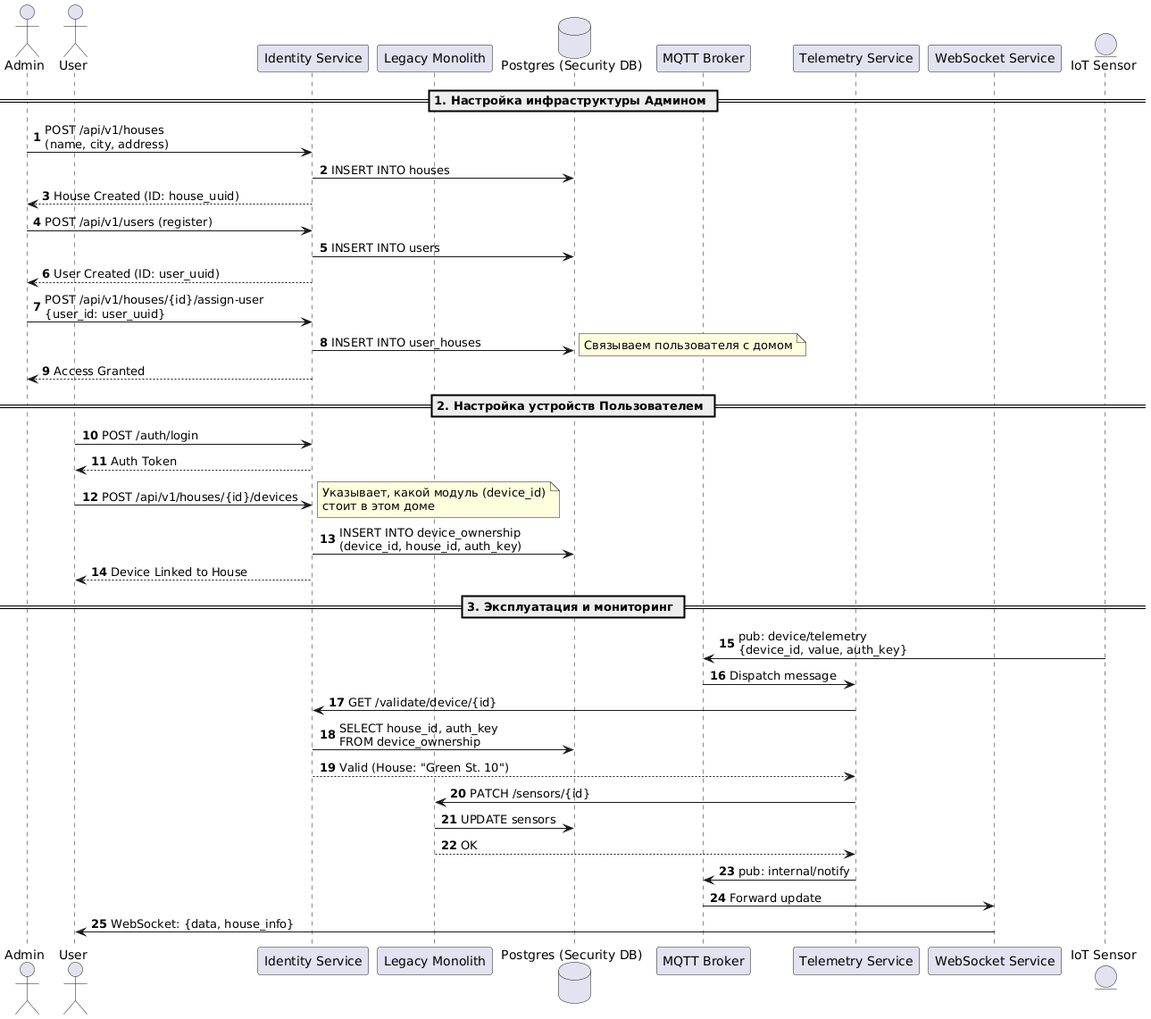
mryndin/ya-01 keeps this PlantUML diagram as schemas/to-be/workflow.png. Above is the earlier version.
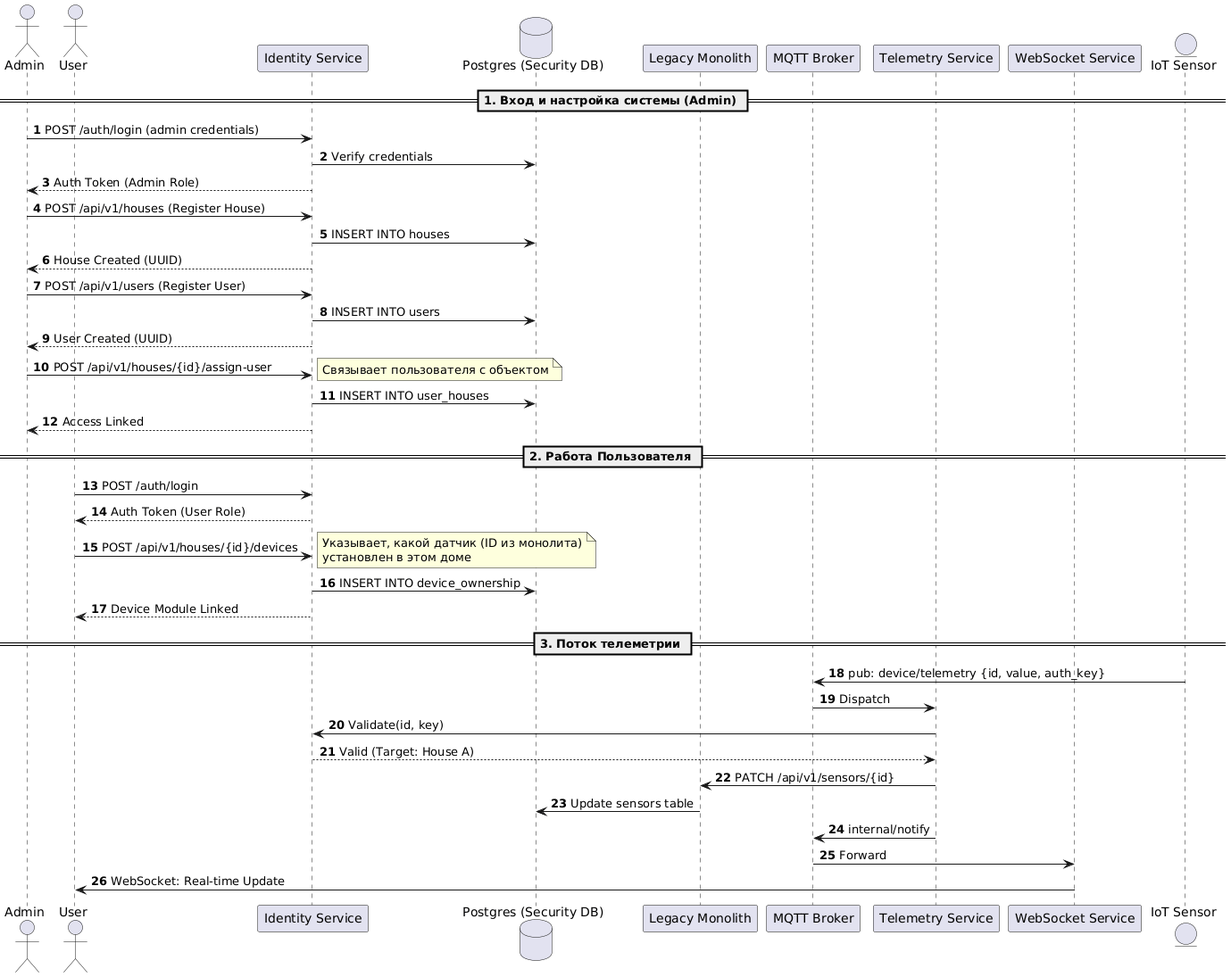
After the commit.

What changed in the source:
```diff
@@ -3,49 +3,49 @@
 actor Admin
 actor User
 participant "Identity Service" as Identity
+database "Postgres (Security DB)" as DB
 participant "Legacy Monolith" as Monolith
-database "Postgres (Security DB)" as DB
 participant "MQTT Broker" as MQTT
 participant "Telemetry Service" as Telemetry
 participant "WebSocket Service" as WS
 
-== 1. Настройка инфраструктуры Админом ==
-Admin -> Identity : POST /api/v1/houses\n(name, city, address)
+== 1. Вход и настройка системы (Admin) ==
+Admin -> Identity : POST /auth/login (admin credentials)
+Identity -> DB : Verify credentials
+Identity --> Admin : Auth Token (Admin Role)
+
+Admin -> Identity : POST /api/v1/houses (Register House)
 Identity -> DB : INSERT INTO houses
-Identity --> Admin : House Created (ID: house_uuid)
+Identity --> Admin : House Created (UUID)
 
-Admin -> Identity : POST /api/v1/users (register)
+Admin -> Identity : POST /api/v1/users (Register User)
 Identity -> DB : INSERT INTO users
-Identity --> Admin : User Created (ID: user_uuid)
+Identity --> Admin : User Created (UUID)
 
-Admin -> Identity : POST /api/v1/houses/{id}/assign-user\n{user_id: user_uuid}
+Admin -> Identity : POST /api/v1/houses/{id}/assign-user
+note right: Связывает пользователя с объектом
 Identity -> DB : INSERT INTO user_houses
-note right: Связываем пользователя с домом
-Identity --> Admin : Access Granted
+Identity --> Admin : Access Linked
 
-== 2. Настройка устройств Пользователем ==
+== 2. Работа Пользователя ==
 User -> Identity : POST /auth/login
-Identity --> User : Auth Token
+Identity --> User : Auth Token (User Role)
 
 User -> Identity : POST /api/v1/houses/{id}/devices
-note right: Указывает, какой модуль (device_id)\nстоит в этом доме
-Identity -> DB : INSERT INTO device_ownership\n(device_id, house_id, auth_key)
-Identity --> User : Device Linked to House
+note right: Указывает, какой датчик (ID из монолита)\nустановлен в этом доме
+Identity -> DB : INSERT INTO device_ownership
+Identity --> User : Device Module Linked
 
-== 3. Эксплуатация и мониторинг ==
+== 3. Поток телеметрии ==
 entity "IoT Sensor" as Sensor
-Sensor -> MQTT : pub: device/telemetry\n{device_id, value, auth_key}
+Sensor -> MQTT : pub: device/telemetry {id, value, auth_key}
+MQTT -> Telemetry : Dispatch
+Telemetry -> Identity : Validate(id, key)
+Identity --> Telemetry : Valid (Target: House A)
 
-MQTT -> Telemetry : Dispatch message
-Telemetry -> Identity : GET /validate/device/{id}
-Identity -> DB : SELECT house_id, auth_key\nFROM device_ownership
-Identity --> Telemetry : Valid (House: "Green St. 10")
-
-Telemetry -> Monolith : PATCH /sensors/{id}
-Monolith -> DB : UPDATE sensors
-Monolith --> Telemetry : OK
-
-Telemetry -> MQTT : pub: internal/notify
-MQTT -> WS : Forward update
-WS -> User : WebSocket: {data, house_info}
+Telemetry -> Monolith : PATCH /api/v1/sensors/{id}
+Monolith -> DB : Update sensors table
+Telemetry -> MQTT : internal/notify
+MQTT -> WS : Forward
+WS -> User : WebSocket: Real-time Update
 @enduml
```
